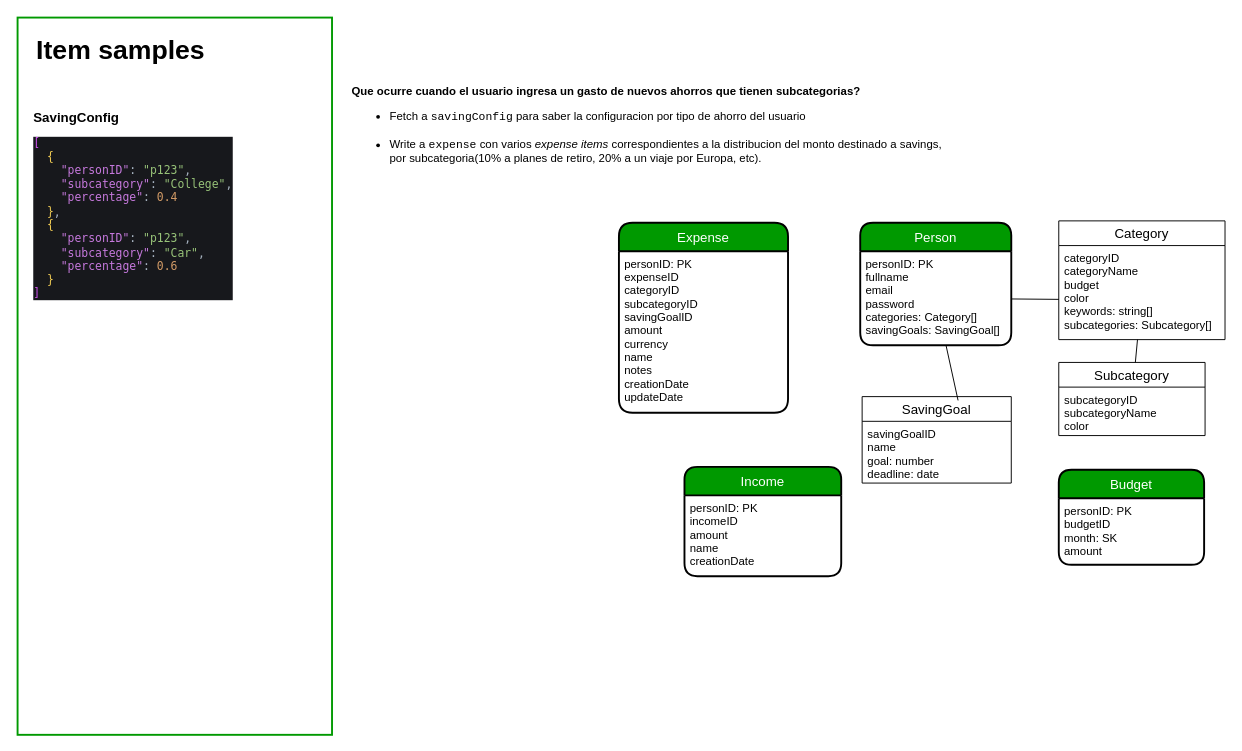
The draw.io diagram diagrams/money-diagrams.drawio in JoelD7/money, before the edit. Source tidied: cells renumbered, new cells numbered last; positions are measured from the earlier drawing's top-left corner, leaving out a move shared by most shapes. Both pictures are drawn from the tidied source at 95%, with x=0, y=0 at pixel (17, 17).
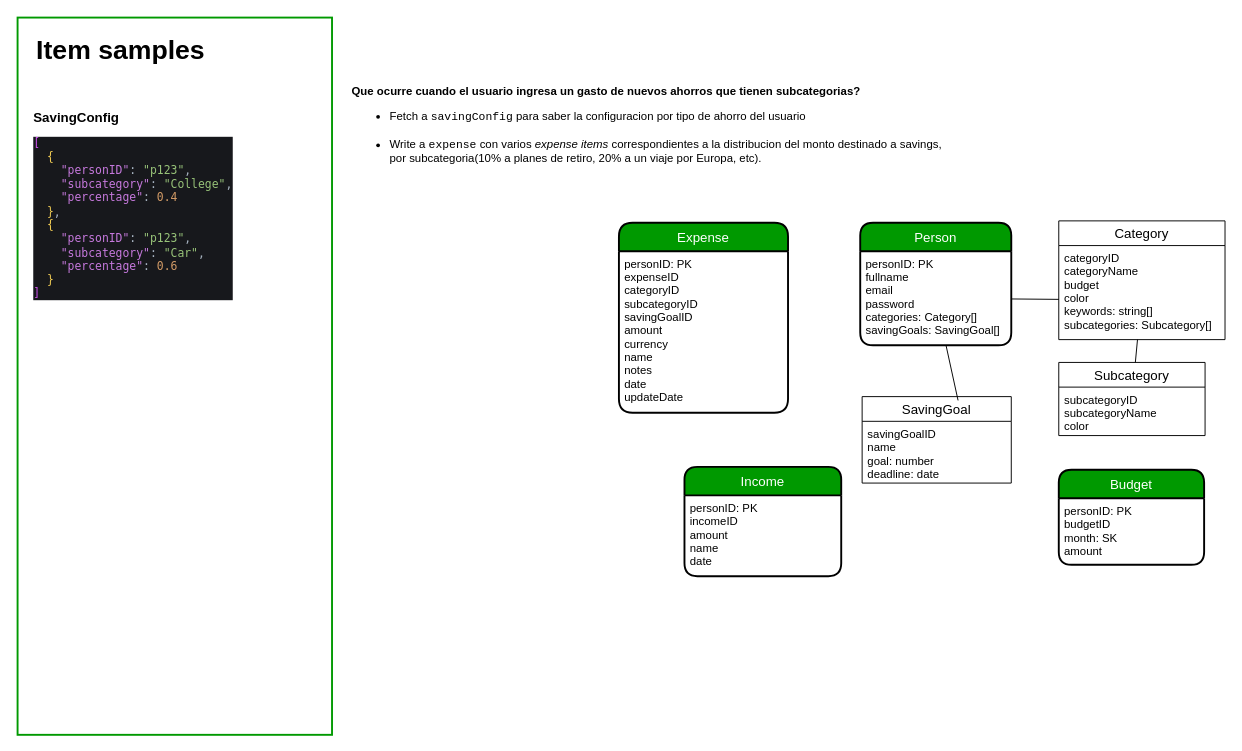
Above is the later version.

Commit message (it also covers changes not shown here):
Change CreationDate to Date on Expense and Income models

Why: A user can create an expense or income in a date different to which it should belong

Unchanged cells that the change refers to:
```xml
<mxCell id="2" value="Expense" style="swimlane;horizontal=1;startSize=30;rounded=1;fontSize=14;fontStyle=0;strokeWidth=2;shadow=0;dashed=0;align=center;labelBackgroundColor=none;arcSize=16;labelBorderColor=none;swimlaneLine=1;swimlaneFillColor=none;gradientColor=none;gradientDirection=north;fillColor=#009900;fontColor=#FFFFFF;" parent="1" vertex="1">
  <mxGeometry x="633" y="216" width="178" height="200" as="geometry" />
</mxCell>
<mxCell id="16" value="Income" style="swimlane;horizontal=1;startSize=30;rounded=1;fontSize=14;fontStyle=0;strokeWidth=2;shadow=0;dashed=0;align=center;fillColor=#009900;fontColor=#FFFFFF;" parent="1" vertex="1">
  <mxGeometry x="702" y="473" width="165" height="115" as="geometry" />
</mxCell>
```

What changed in the source:
```diff
@@
-    <mxCell id="3" value="personID: PK&#10;expenseID&#10;categoryID&#10;subcategoryID&#10;savingGoalID&#10;amount&#10;currency&#10;name&#10;notes&#10;creationDate&#10;updateDate" style="align=left;strokeColor=none;fillColor=none;spacingLeft=4;fontSize=12;verticalAlign=top;" parent="2" vertex="1">
+    <mxCell id="3" value="personID: PK&#10;expenseID&#10;categoryID&#10;subcategoryID&#10;savingGoalID&#10;amount&#10;currency&#10;name&#10;notes&#10;date&#10;updateDate" style="align=left;strokeColor=none;fillColor=none;spacingLeft=4;fontSize=12;verticalAlign=top;" parent="2" vertex="1">
       <mxGeometry y="30" width="178" height="170" as="geometry" />
     </mxCell>
@@
-    <mxCell id="17" value="personID: PK&#10;incomeID&#10;amount&#10;name&#10;creationDate" style="align=left;strokeColor=none;fillColor=none;spacingLeft=4;fontSize=12;verticalAlign=top;" parent="16" vertex="1">
+    <mxCell id="17" value="personID: PK&#10;incomeID&#10;amount&#10;name&#10;date" style="align=left;strokeColor=none;fillColor=none;spacingLeft=4;fontSize=12;verticalAlign=top;" parent="16" vertex="1">
       <mxGeometry y="30" width="165" height="85" as="geometry" />
     </mxCell>
```
